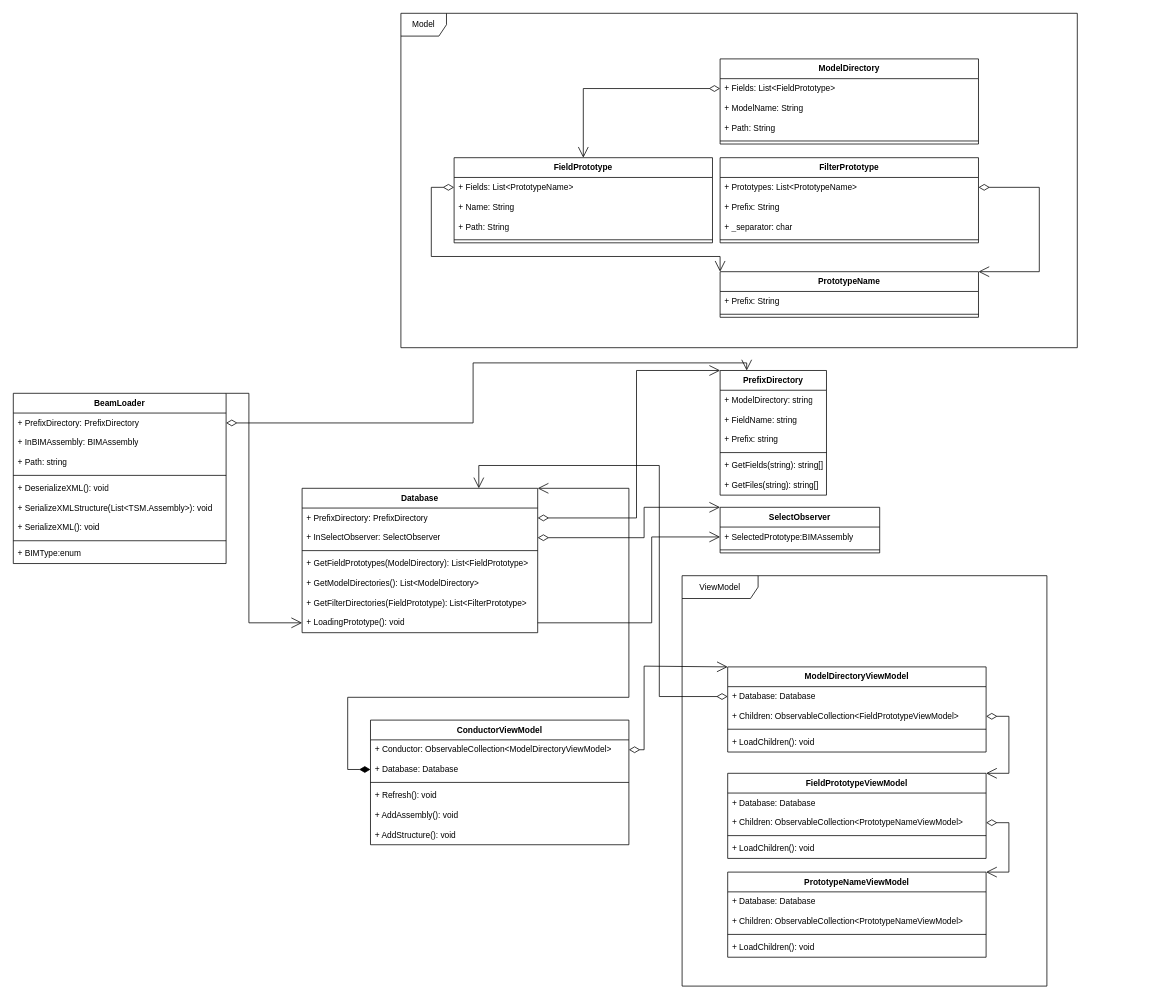
This is page "Conductor" (1 of 3) of Prototype.drawio from AATerekhov/BIM_KJI_Manage, a draw.io file, before an edit. Source tidied: cells renumbered, new cells numbered last; positions are measured from the earlier drawing's top-left corner, leaving out a move shared by most shapes. Both pictures are drawn from the tidied source at 76%, with x=0, y=0 at pixel (13, 13).
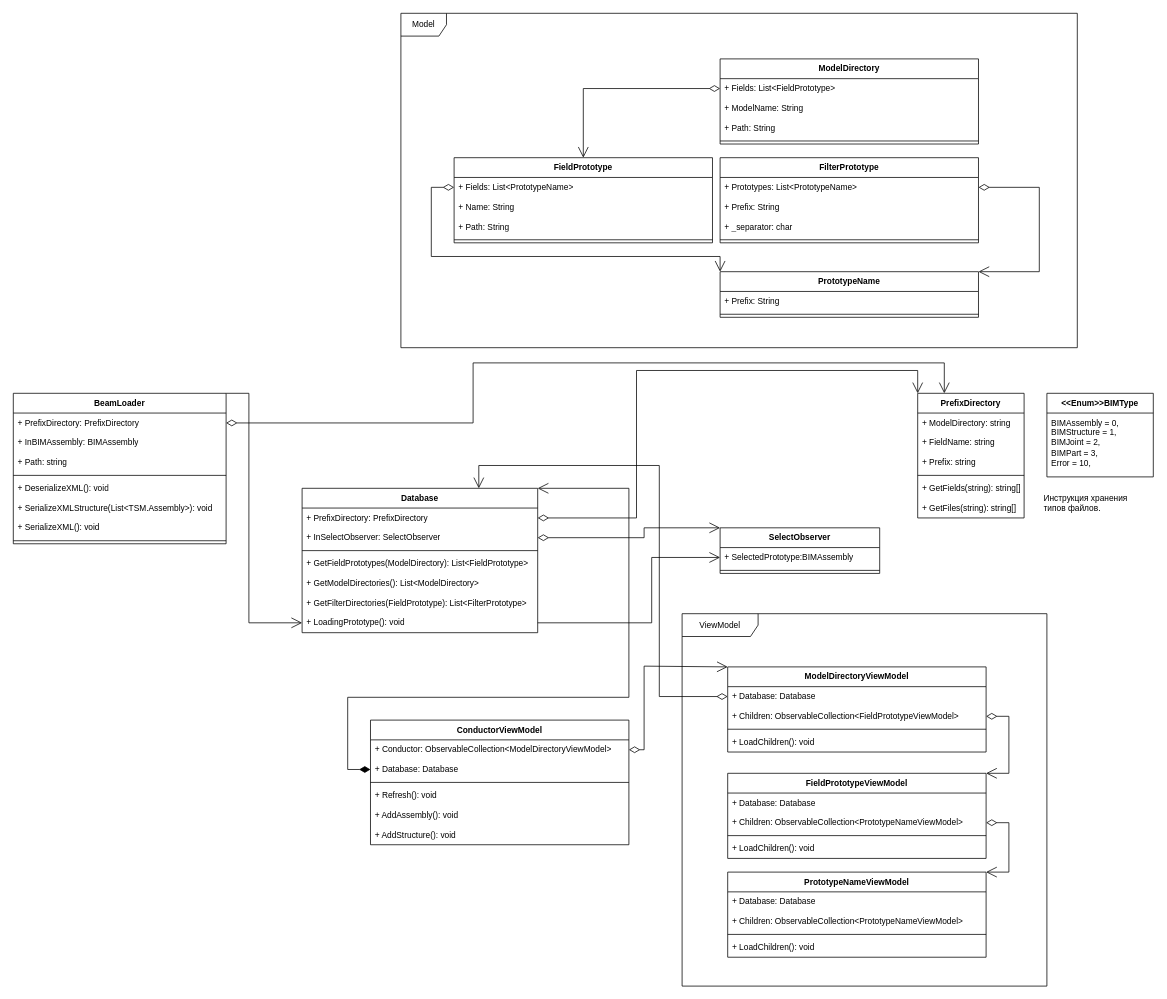
After the change.

The change refers to these unchanged cells:
```xml
<mxCell id="17" value="+ SelectedPrototype:BIMAssembly" style="text;strokeColor=none;fillColor=none;align=left;verticalAlign=top;spacingLeft=4;spacingRight=4;overflow=hidden;points=[[0,0.5],[1,0.5]];portConstraint=eastwest;whiteSpace=wrap;html=1;fontSize=11;fontFamily=Helvetica;fontColor=default;" parent="16" vertex="1">
  <mxGeometry y="26" width="210" height="26" as="geometry" />
</mxCell>
<mxCell id="21" value="+ InSelectObserver:&amp;nbsp;SelectObserver" style="text;strokeColor=none;fillColor=none;align=left;verticalAlign=top;spacingLeft=4;spacingRight=4;overflow=hidden;points=[[0,0.5],[1,0.5]];portConstraint=eastwest;whiteSpace=wrap;html=1;fontSize=11;fontFamily=Helvetica;fontColor=default;" parent="19" vertex="1">
  <mxGeometry y="52" width="310" height="26" as="geometry" />
</mxCell>
<mxCell id="26" value="+ LoadingPrototype(): void" style="text;strokeColor=none;fillColor=none;align=left;verticalAlign=top;spacingLeft=4;spacingRight=4;overflow=hidden;points=[[0,0.5],[1,0.5]];portConstraint=eastwest;whiteSpace=wrap;html=1;fontSize=11;fontFamily=Helvetica;fontColor=default;" parent="19" vertex="1">
  <mxGeometry y="164" width="310" height="26" as="geometry" />
</mxCell>
<mxCell id="62" value="+ PrefixDirectory: PrefixDirectory" style="text;strokeColor=none;fillColor=none;align=left;verticalAlign=top;spacingLeft=4;spacingRight=4;overflow=hidden;points=[[0,0.5],[1,0.5]];portConstraint=eastwest;whiteSpace=wrap;html=1;fontSize=11;fontFamily=Helvetica;fontColor=default;" parent="61" vertex="1">
  <mxGeometry y="26" width="280" height="26" as="geometry" />
</mxCell>
```

Diff of the diagram source:
```diff
@@
     <mxCell id="16" value="SelectObserver" style="swimlane;fontStyle=1;align=center;verticalAlign=top;horizontal=1;startSize=26;whiteSpace=wrap;html=1;fontFamily=Helvetica;fontSize=11;fontColor=default;" parent="1" vertex="1">
-      <mxGeometry x="930" y="650" width="210" height="60" as="geometry" />
+      <mxGeometry x="930" y="677" width="210" height="60" as="geometry" />
     </mxCell>
@@
     <mxCell id="27" value="PrefixDirectory" style="swimlane;fontStyle=1;align=center;verticalAlign=top;horizontal=1;startSize=26;whiteSpace=wrap;html=1;fontFamily=Helvetica;fontSize=11;fontColor=default;" parent="1" vertex="1">
-      <mxGeometry x="930" y="470" width="140" height="164" as="geometry" />
+      <mxGeometry x="1190" y="500" width="140" height="164" as="geometry" />
     </mxCell>
@@
     <mxCell id="47" style="edgeStyle=orthogonalEdgeStyle;shape=connector;rounded=0;jettySize=auto;html=1;labelBackgroundColor=default;strokeColor=default;fontFamily=Helvetica;fontSize=11;fontColor=default;startArrow=diamondThin;startFill=0;endArrow=open;endFill=0;startSize=12;entryX=0;entryY=0;entryDx=0;entryDy=0;exitX=1;exitY=0.5;exitDx=0;exitDy=0;endSize=12;" parent="1" edge="1" source="21" target="16">
       <mxGeometry relative="1" as="geometry">
         <Array as="points">
           <mxPoint x="830" y="690" />
-          <mxPoint x="830" y="650" />
+          <mxPoint x="830" y="677" />
         </Array>
       </mxGeometry>
     </mxCell>
@@
     <mxCell id="58" value="ViewModel" style="shape=umlFrame;whiteSpace=wrap;html=1;fontFamily=Helvetica;fontSize=11;fontColor=default;width=100;height=30;" parent="1" vertex="1">
-      <mxGeometry x="880" y="740" width="480" height="540" as="geometry" />
+      <mxGeometry x="880" y="790" width="480" height="490" as="geometry" />
     </mxCell>
@@
     <mxCell id="61" value="BeamLoader" style="swimlane;fontStyle=1;align=center;verticalAlign=top;horizontal=1;startSize=26;whiteSpace=wrap;html=1;fontFamily=Helvetica;fontSize=11;fontColor=default;" parent="1" vertex="1">
-      <mxGeometry y="500" width="280" height="224" as="geometry" />
+      <mxGeometry y="500" width="280" height="198" as="geometry" />
     </mxCell>
@@
-    <mxCell id="70" value="+ BIMType:enum&amp;nbsp;" style="text;strokeColor=none;fillColor=none;align=left;verticalAlign=top;spacingLeft=4;spacingRight=4;overflow=hidden;whiteSpace=wrap;html=1;fontSize=11;fontFamily=Helvetica;fontColor=default;" parent="61" vertex="1">
-      <mxGeometry y="198" width="280" height="26" as="geometry" />
-    </mxCell>
     <mxCell id="71" style="edgeStyle=orthogonalEdgeStyle;shape=connector;rounded=0;jettySize=auto;html=1;exitX=1;exitY=0.5;exitDx=0;exitDy=0;entryX=0.25;entryY=0;entryDx=0;entryDy=0;labelBackgroundColor=default;strokeColor=default;fontFamily=Helvetica;fontSize=11;fontColor=default;startArrow=diamondThin;startFill=0;endArrow=open;endFill=0;startSize=12;endSize=12;" parent="1" edge="1" source="62" target="27">
       <mxGeometry relative="1" as="geometry">
         <Array as="points">
           <mxPoint x="605" y="539" />
           <mxPoint x="605" y="460" />
-          <mxPoint x="965" y="460" />
+          <mxPoint x="1225" y="460" />
         </Array>
       </mxGeometry>
     </mxCell>
-    <mxCell id="72" style="edgeStyle=orthogonalEdgeStyle;shape=connector;rounded=0;jettySize=auto;html=1;exitX=1;exitY=0.5;exitDx=0;exitDy=0;entryX=0;entryY=0.5;entryDx=0;entryDy=0;labelBackgroundColor=default;strokeColor=default;fontFamily=Helvetica;fontSize=11;fontColor=default;startArrow=none;startFill=0;endArrow=open;endFill=0;startSize=12;endSize=12;" parent="1" edge="1" source="26" target="17">
+    <mxCell id="72" style="edgeStyle=orthogonalEdgeStyle;shape=connector;rounded=0;jettySize=auto;html=1;exitX=1;exitY=0.5;exitDx=0;exitDy=0;labelBackgroundColor=default;strokeColor=default;fontFamily=Helvetica;fontSize=11;fontColor=default;startArrow=none;startFill=0;endArrow=open;endFill=0;startSize=12;endSize=12;entryX=0;entryY=0.5;entryDx=0;entryDy=0;" parent="1" edge="1" source="26" target="17">
       <mxGeometry relative="1" as="geometry">
         <Array as="points">
           <mxPoint x="840" y="802" />
-          <mxPoint x="840" y="689" />
+          <mxPoint x="840" y="716" />
         </Array>
       </mxGeometry>
     </mxCell>
@@
+    <mxCell id="85" value="&amp;lt;&amp;lt;Enum&amp;gt;&amp;gt;BIMType" style="swimlane;fontStyle=1;align=center;verticalAlign=top;horizontal=1;startSize=26;whiteSpace=wrap;html=1;fontFamily=Helvetica;fontSize=11;fontColor=default;" parent="1" vertex="1">
+      <mxGeometry x="1360" y="500" width="140" height="110" as="geometry" />
+    </mxCell>
+    <mxCell id="86" value="&lt;div&gt;BIMAssembly = 0,&lt;/div&gt;&lt;div&gt;BIMStructure = 1,&lt;/div&gt;&lt;div&gt;BIMJoint = 2,&lt;/div&gt;&lt;div&gt;BIMPart = 3,&lt;/div&gt;&lt;div&gt;Error = 10,&lt;/div&gt;" style="text;strokeColor=none;fillColor=none;align=left;verticalAlign=top;spacingLeft=4;spacingRight=4;overflow=hidden;whiteSpace=wrap;html=1;fontSize=11;fontFamily=Helvetica;fontColor=default;" parent="85" vertex="1">
+      <mxGeometry y="26" width="140" height="84" as="geometry" />
+    </mxCell>
+    <mxCell id="87" value="Инструкция хранения типов файлов." style="text;strokeColor=none;fillColor=none;align=left;verticalAlign=top;spacingLeft=4;spacingRight=4;overflow=hidden;whiteSpace=wrap;html=1;fontSize=11;fontFamily=Helvetica;fontColor=default;" parent="1" vertex="1">
+      <mxGeometry x="1350" y="625" width="140" height="45" as="geometry" />
+    </mxCell>
```
